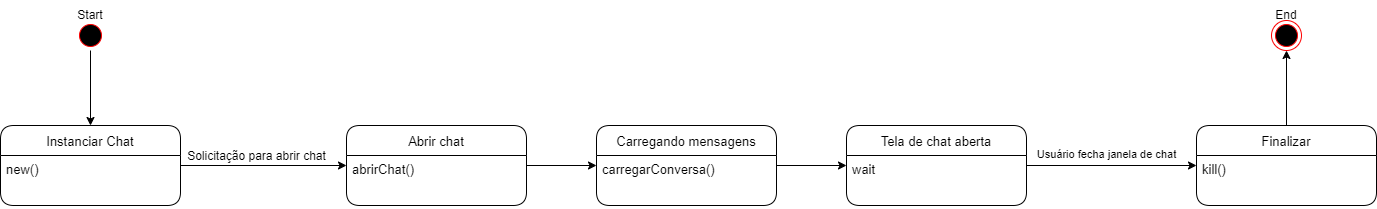
This is diagramaEstados/EstadosChat.drawio.png from EijiDogen/BrainForHire, a draw.io export, as it was before one commit. Source tidied: cells renumbered, new cells last; positions are measured from the earlier drawing's top-left corner, leaving out a move shared by most shapes. Source of this version:
```xml
<mxGraphModel>
  <root>
    <mxCell id="0" />
    <mxCell id="1" parent="0" />
    <mxCell id="2" style="edgeStyle=orthogonalEdgeStyle;rounded=0;jettySize=auto;html=1;fontSize=12;" parent="1" edge="1" source="4" target="17">
      <mxGeometry relative="1" as="geometry" />
    </mxCell>
    <mxCell id="3" value="Solicitação para abrir chat" style="edgeLabel;html=1;align=center;verticalAlign=middle;fontSize=12;" parent="2" vertex="1">
      <mxGeometry x="0.2" y="-1" relative="1" as="geometry">
        <mxPoint x="-24" y="-11" as="offset" />
      </mxGeometry>
    </mxCell>
    <mxCell id="4" value="Instanciar Chat" style="swimlane;fontStyle=0;horizontal=1;startSize=30;rounded=1;fontSize=13;" parent="1" vertex="1">
      <mxGeometry y="125" width="180" height="80" as="geometry" />
    </mxCell>
    <mxCell id="5" value="new()" style="text;strokeColor=none;fillColor=none;align=left;verticalAlign=top;spacingLeft=4;spacingRight=4;overflow=hidden;fontSize=13;" parent="4" vertex="1">
      <mxGeometry y="30" width="180" height="50" as="geometry" />
    </mxCell>
    <mxCell id="6" style="group;" parent="1" vertex="1">
      <mxGeometry x="60" width="60" height="50" as="geometry" />
    </mxCell>
    <mxCell id="7" style="ellipse;html=1;shape=startState;fillColor=#000000;strokeColor=#ff0000;rounded=1;" parent="6" vertex="1">
      <mxGeometry x="15" y="20" width="30" height="30" as="geometry" />
    </mxCell>
    <mxCell id="8" value="Start" style="text;html=1;strokeColor=none;fillColor=none;align=center;verticalAlign=middle;whiteSpace=wrap;rounded=0;" parent="6" vertex="1">
      <mxGeometry width="60" height="30" as="geometry" />
    </mxCell>
    <mxCell id="9" style="group;" parent="1" vertex="1">
      <mxGeometry x="1256" width="60" height="50" as="geometry" />
    </mxCell>
    <mxCell id="10" style="ellipse;html=1;shape=endState;fillColor=#000000;strokeColor=#ff0000;rounded=1;" parent="9" vertex="1">
      <mxGeometry x="15" y="20" width="30" height="30" as="geometry" />
    </mxCell>
    <mxCell id="11" value="End" style="text;html=1;strokeColor=none;fillColor=none;align=center;verticalAlign=middle;whiteSpace=wrap;rounded=0;" parent="9" vertex="1">
      <mxGeometry width="60" height="30" as="geometry" />
    </mxCell>
    <mxCell id="12" style="edgeStyle=orthogonalEdgeStyle;rounded=0;jettySize=auto;html=1;" parent="1" edge="1" source="7" target="4">
      <mxGeometry relative="1" as="geometry" />
    </mxCell>
    <mxCell id="13" style="edgeStyle=orthogonalEdgeStyle;curved=1;rounded=0;jettySize=auto;html=1;fontSize=12;" parent="1" edge="1" source="14" target="10">
      <mxGeometry relative="1" as="geometry" />
    </mxCell>
    <mxCell id="14" value="Finalizar" style="swimlane;fontStyle=0;horizontal=1;startSize=30;rounded=1;fontSize=13;" parent="1" vertex="1">
      <mxGeometry x="1196" y="125" width="180" height="80" as="geometry" />
    </mxCell>
    <mxCell id="15" value="kill()" style="text;strokeColor=none;fillColor=none;align=left;verticalAlign=top;spacingLeft=4;spacingRight=4;overflow=hidden;fontSize=13;" parent="14" vertex="1">
      <mxGeometry y="30" width="180" height="50" as="geometry" />
    </mxCell>
    <mxCell id="16" style="edgeStyle=orthogonalEdgeStyle;rounded=0;jettySize=auto;html=1;" parent="1" edge="1" source="17" target="20">
      <mxGeometry relative="1" as="geometry" />
    </mxCell>
    <mxCell id="17" value="Abrir chat" style="swimlane;fontStyle=0;horizontal=1;startSize=30;rounded=1;fontSize=13;" parent="1" vertex="1">
      <mxGeometry x="346" y="125" width="180" height="80" as="geometry" />
    </mxCell>
    <mxCell id="18" value="abrirChat()" style="text;strokeColor=none;fillColor=none;align=left;verticalAlign=top;spacingLeft=4;spacingRight=4;overflow=hidden;fontSize=13;" parent="17" vertex="1">
      <mxGeometry y="30" width="180" height="50" as="geometry" />
    </mxCell>
    <mxCell id="19" style="edgeStyle=orthogonalEdgeStyle;rounded=0;jettySize=auto;html=1;" parent="1" edge="1" source="20" target="23">
      <mxGeometry relative="1" as="geometry" />
    </mxCell>
    <mxCell id="20" value="Carregando mensagens" style="swimlane;fontStyle=0;horizontal=1;startSize=30;rounded=1;fontSize=13;" parent="1" vertex="1">
      <mxGeometry x="596" y="125" width="180" height="80" as="geometry" />
    </mxCell>
    <mxCell id="21" value="carregarConversa()" style="text;strokeColor=none;fillColor=none;align=left;verticalAlign=top;spacingLeft=4;spacingRight=4;overflow=hidden;fontSize=13;" parent="20" vertex="1">
      <mxGeometry y="30" width="180" height="50" as="geometry" />
    </mxCell>
    <mxCell id="22" value="Usuário fecha janela de chat" style="edgeStyle=orthogonalEdgeStyle;rounded=0;jettySize=auto;html=1;" parent="1" edge="1" source="23" target="14">
      <mxGeometry x="-0.06" y="11" relative="1" as="geometry" />
    </mxCell>
    <mxCell id="23" value="Tela de chat aberta" style="swimlane;fontStyle=0;horizontal=1;startSize=30;rounded=1;fontSize=13;" parent="1" vertex="1">
      <mxGeometry x="846" y="125" width="180" height="80" as="geometry" />
    </mxCell>
    <mxCell id="24" value="wait" style="text;strokeColor=none;fillColor=none;align=left;verticalAlign=top;spacingLeft=4;spacingRight=4;overflow=hidden;fontSize=13;" parent="23" vertex="1">
      <mxGeometry y="30" width="180" height="50" as="geometry" />
    </mxCell>
  </root>
</mxGraphModel>
```
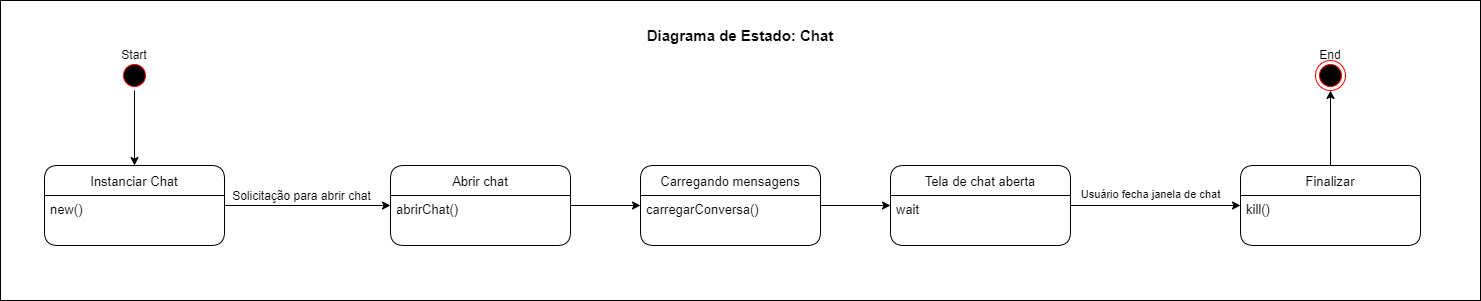
Above is the later version.

The edit, as a diff of the source:
```diff
@@ -1,7 +1,14 @@
 <mxGraphModel>
   <root>
     <mxCell id="0" />
+    <mxCell id="25" value="fundo" parent="0" />
+    <mxCell id="26" style="rounded=0;whiteSpace=wrap;html=1;fontSize=15;" parent="25" vertex="1">
+      <mxGeometry x="-44" y="-40" width="1480" height="300" as="geometry" />
+    </mxCell>
+    <mxCell id="27" value="Diagrama de Estado: Chat" style="text;html=1;strokeColor=none;fillColor=none;align=center;verticalAlign=middle;whiteSpace=wrap;rounded=0;fontSize=15;fontStyle=1;" parent="25" vertex="1">
+      <mxGeometry x="511" y="-20" width="370" height="30" as="geometry" />
+    </mxCell>
-    <mxCell id="1" parent="0" />
+    <mxCell id="1" value="estados" parent="0" />
     <mxCell id="2" style="edgeStyle=orthogonalEdgeStyle;rounded=0;jettySize=auto;html=1;fontSize=12;" parent="1" edge="1" source="4" target="17">
       <mxGeometry relative="1" as="geometry" />
     </mxCell>
```
